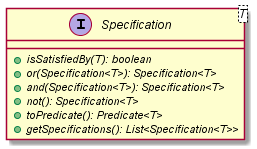
The PlantUML diagram malokhvii-eduard/malokhvii05/doc/plantuml/png/ua.khpi.oop.malokhvii05.common.specification.Specification.png in P-Kalin/kit26a, before a commit.
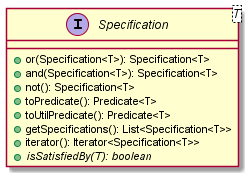
Above is the later version.

Change to the diagram source:
```diff
@@ -1,12 +1,14 @@
 @startuml
 
     interface Specification<T> {
+        +or(Specification<T>): Specification<T>
+        +and(Specification<T>): Specification<T>
+        +not(): Specification<T>
+        +toPredicate(): Predicate<T>
+        +toUtilPredicate(): Predicate<T>
+        +getSpecifications(): List<Specification<T>>
+        +iterator(): Iterator<Specification<T>>
         {abstract} +isSatisfiedBy(T): boolean
-        {abstract} +or(Specification<T>): Specification<T>
-        {abstract} +and(Specification<T>): Specification<T>
-        {abstract} +not(): Specification<T>
-        {abstract} +toPredicate(): Predicate<T>
-        {abstract} +getSpecifications(): List<Specification<T>>
     }
 
 @enduml
```
